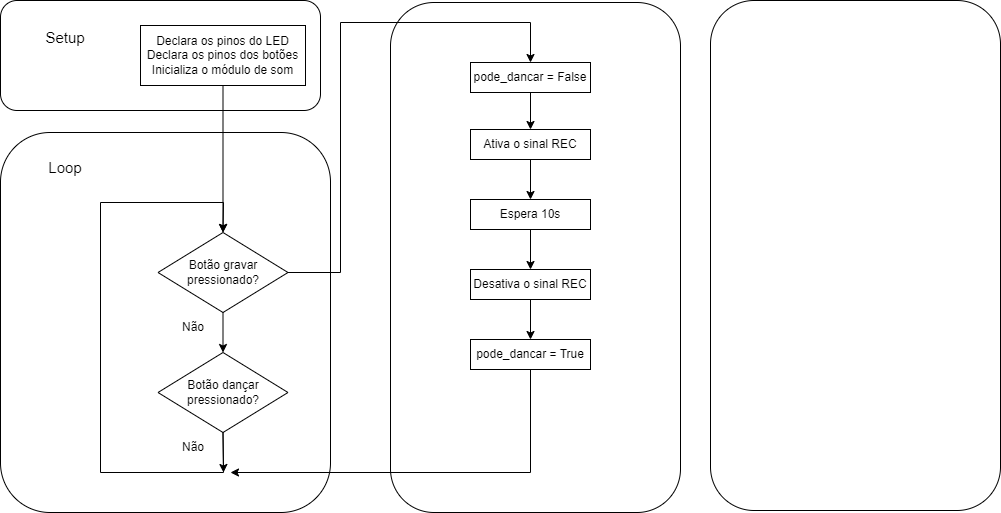
Earlier version of the draw.io export projetos/cacto_dancante/images/especificacao_software.png (vm-bertini/ea075-2023.1). Source tidied: cells renumbered, new cells last; positions are measured from the earlier drawing's top-left corner, leaving out a move shared by most shapes.
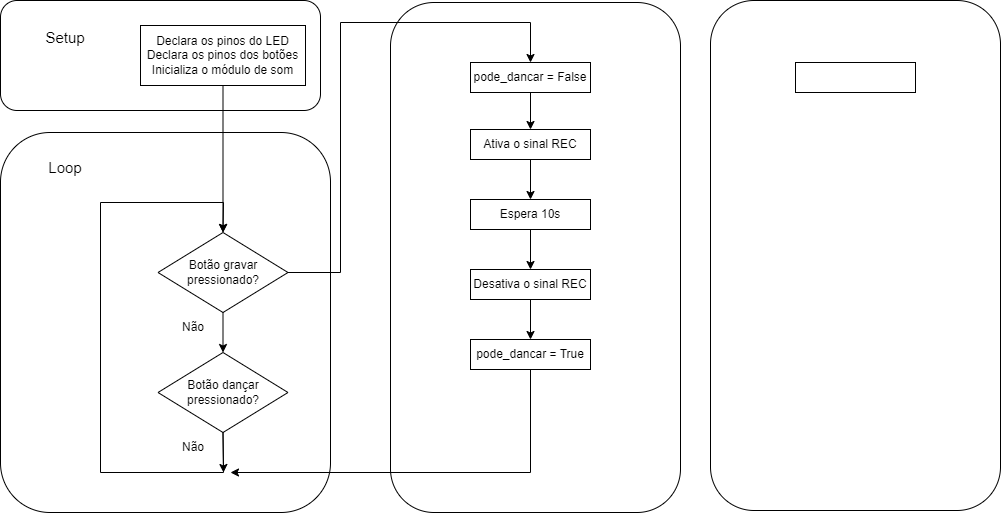
After the commit.

Diff of the diagram source:
```diff
@@ -100,5 +100,8 @@
     <mxCell id="27" style="rounded=1;whiteSpace=wrap;html=1;" parent="1" vertex="1">
       <mxGeometry x="710" width="290" height="510" as="geometry" />
     </mxCell>
+    <mxCell id="28" style="rounded=0;whiteSpace=wrap;html=1;" parent="1" vertex="1">
+      <mxGeometry x="795" y="62" width="120" height="30" as="geometry" />
+    </mxCell>
   </root>
 </mxGraphModel>
```
